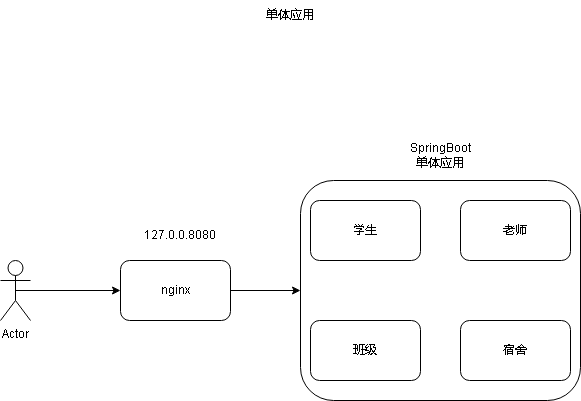
Earlier version of the draw.io export SpringBoot单体应用.png (Strenuitas/shortlink). Source tidied: cells renumbered, new cells last; positions are measured from the earlier drawing's top-left corner, leaving out a move shared by most shapes. Its diagram source:
```xml
<mxGraphModel>
  <root>
    <mxCell id="0" />
    <mxCell id="1" parent="0" />
    <mxCell id="2" style="edgeStyle=orthogonalEdgeStyle;rounded=0;jettySize=auto;html=1;exitX=0.5;exitY=0.5;exitDx=0;exitDy=0;exitPerimeter=0;" parent="1" edge="1" source="3">
      <mxGeometry relative="1" as="geometry">
        <mxPoint x="120" y="290" as="targetPoint" />
      </mxGeometry>
    </mxCell>
    <mxCell id="3" value="Actor" style="shape=umlActor;verticalLabelPosition=bottom;verticalAlign=top;html=1;outlineConnect=0;" parent="1" vertex="1">
      <mxGeometry y="260" width="30" height="60" as="geometry" />
    </mxCell>
    <mxCell id="4" style="edgeStyle=orthogonalEdgeStyle;rounded=0;jettySize=auto;html=1;" parent="1" edge="1" source="5" target="7">
      <mxGeometry relative="1" as="geometry" />
    </mxCell>
    <mxCell id="5" value="&lt;div&gt;&lt;span style=&quot;background-color: transparent; color: light-dark(rgb(0, 0, 0), rgb(255, 255, 255));&quot;&gt;nginx&lt;/span&gt;&lt;/div&gt;" style="rounded=1;whiteSpace=wrap;html=1;" parent="1" vertex="1">
      <mxGeometry x="120" y="260" width="110" height="60" as="geometry" />
    </mxCell>
    <mxCell id="6" value="127.0.0.8080" style="text;html=1;whiteSpace=wrap;strokeColor=none;fillColor=none;align=center;verticalAlign=middle;rounded=0;" parent="1" vertex="1">
      <mxGeometry x="150" y="220" width="60" height="30" as="geometry" />
    </mxCell>
    <mxCell id="7" style="rounded=1;whiteSpace=wrap;html=1;" parent="1" vertex="1">
      <mxGeometry x="300" y="180" width="280" height="220" as="geometry" />
    </mxCell>
    <mxCell id="8" value="&lt;div&gt;&lt;span style=&quot;background-color: transparent; color: light-dark(rgb(0, 0, 0), rgb(255, 255, 255));&quot;&gt;学生&lt;/span&gt;&lt;/div&gt;" style="rounded=1;whiteSpace=wrap;html=1;" parent="1" vertex="1">
      <mxGeometry x="310" y="200" width="110" height="60" as="geometry" />
    </mxCell>
    <mxCell id="9" value="&lt;div&gt;&lt;span style=&quot;background-color: transparent; color: light-dark(rgb(0, 0, 0), rgb(255, 255, 255));&quot;&gt;老师&lt;/span&gt;&lt;/div&gt;" style="rounded=1;whiteSpace=wrap;html=1;" parent="1" vertex="1">
      <mxGeometry x="460" y="200" width="110" height="60" as="geometry" />
    </mxCell>
    <mxCell id="10" value="&lt;div&gt;&lt;span style=&quot;background-color: transparent; color: light-dark(rgb(0, 0, 0), rgb(255, 255, 255));&quot;&gt;班级&lt;/span&gt;&lt;/div&gt;" style="rounded=1;whiteSpace=wrap;html=1;" parent="1" vertex="1">
      <mxGeometry x="310" y="320" width="110" height="60" as="geometry" />
    </mxCell>
    <mxCell id="11" value="&lt;div&gt;&lt;span style=&quot;background-color: transparent; color: light-dark(rgb(0, 0, 0), rgb(255, 255, 255));&quot;&gt;宿舍&lt;/span&gt;&lt;/div&gt;" style="rounded=1;whiteSpace=wrap;html=1;" parent="1" vertex="1">
      <mxGeometry x="460" y="320" width="110" height="60" as="geometry" />
    </mxCell>
    <mxCell id="12" value="SpringBoot单体应用" style="text;html=1;whiteSpace=wrap;strokeColor=none;fillColor=none;align=center;verticalAlign=middle;rounded=0;" parent="1" vertex="1">
      <mxGeometry x="410" y="140" width="60" height="30" as="geometry" />
    </mxCell>
    <mxCell id="13" value="单体应用" style="text;html=1;whiteSpace=wrap;strokeColor=none;fillColor=none;align=center;verticalAlign=middle;rounded=0;" parent="1" vertex="1">
      <mxGeometry x="120" width="340" height="30" as="geometry" />
    </mxCell>
  </root>
</mxGraphModel>
```
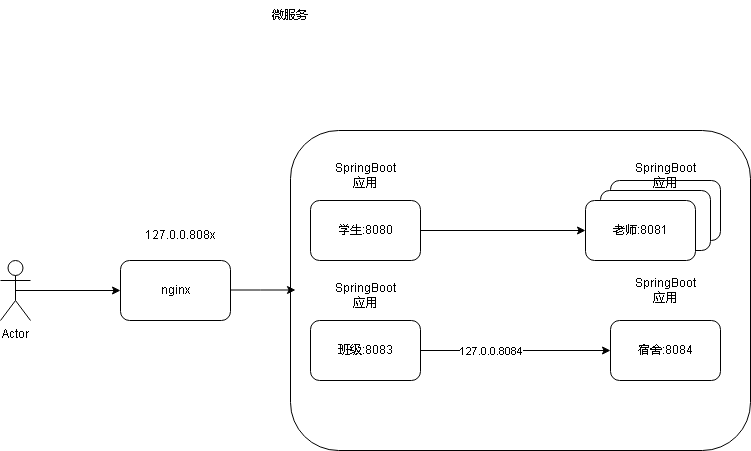
The same file after the commit.

Commit message:
微服务架构.png

What changed in the source:
```diff
@@ -2,6 +2,12 @@
   <root>
     <mxCell id="0" />
     <mxCell id="1" parent="0" />
+    <mxCell id="14" value="&lt;div&gt;&lt;span style=&quot;background-color: transparent; color: light-dark(rgb(0, 0, 0), rgb(255, 255, 255));&quot;&gt;老师:8081&lt;/span&gt;&lt;/div&gt;" style="rounded=1;whiteSpace=wrap;html=1;" parent="1" vertex="1">
+      <mxGeometry x="590" y="180" width="110" height="60" as="geometry" />
+    </mxCell>
+    <mxCell id="15" style="rounded=1;whiteSpace=wrap;html=1;" parent="1" vertex="1">
+      <mxGeometry x="290" y="130" width="460" height="320" as="geometry" />
+    </mxCell>
     <mxCell id="2" style="edgeStyle=orthogonalEdgeStyle;rounded=0;jettySize=auto;html=1;exitX=0.5;exitY=0.5;exitDx=0;exitDy=0;exitPerimeter=0;" parent="1" edge="1" source="3">
       <mxGeometry relative="1" as="geometry">
         <mxPoint x="120" y="290" as="targetPoint" />
@@ -10,35 +16,63 @@
     <mxCell id="3" value="Actor" style="shape=umlActor;verticalLabelPosition=bottom;verticalAlign=top;html=1;outlineConnect=0;" parent="1" vertex="1">
       <mxGeometry y="260" width="30" height="60" as="geometry" />
     </mxCell>
-    <mxCell id="4" style="edgeStyle=orthogonalEdgeStyle;rounded=0;jettySize=auto;html=1;" parent="1" edge="1" source="5" target="7">
-      <mxGeometry relative="1" as="geometry" />
-    </mxCell>
+    <mxCell id="16" style="edgeStyle=orthogonalEdgeStyle;rounded=0;orthogonalLoop=1;jettySize=auto;html=1;" parent="1" edge="1">
+      <mxGeometry relative="1" as="geometry">
+        <mxPoint x="190" y="289.5" as="sourcePoint" />
+        <mxPoint x="295" y="289.5" as="targetPoint" />
+        <Array as="points">
+          <mxPoint x="260" y="289.5" />
+          <mxPoint x="260" y="289.5" />
+        </Array>
+      </mxGeometry>
+    </mxCell>
     <mxCell id="5" value="&lt;div&gt;&lt;span style=&quot;background-color: transparent; color: light-dark(rgb(0, 0, 0), rgb(255, 255, 255));&quot;&gt;nginx&lt;/span&gt;&lt;/div&gt;" style="rounded=1;whiteSpace=wrap;html=1;" parent="1" vertex="1">
       <mxGeometry x="120" y="260" width="110" height="60" as="geometry" />
     </mxCell>
-    <mxCell id="6" value="127.0.0.8080" style="text;html=1;whiteSpace=wrap;strokeColor=none;fillColor=none;align=center;verticalAlign=middle;rounded=0;" parent="1" vertex="1">
+    <mxCell id="6" value="127.0.0.808x" style="text;html=1;whiteSpace=wrap;strokeColor=none;fillColor=none;align=center;verticalAlign=middle;rounded=0;" parent="1" vertex="1">
       <mxGeometry x="150" y="220" width="60" height="30" as="geometry" />
     </mxCell>
-    <mxCell id="7" style="rounded=1;whiteSpace=wrap;html=1;" parent="1" vertex="1">
-      <mxGeometry x="300" y="180" width="280" height="220" as="geometry" />
-    </mxCell>
+    <mxCell id="17" style="edgeStyle=orthogonalEdgeStyle;rounded=0;jettySize=auto;html=1;exitX=1;exitY=0.5;exitDx=0;exitDy=0;entryX=0;entryY=0.5;entryDx=0;entryDy=0;" parent="1" edge="1" source="8" target="21">
+      <mxGeometry relative="1" as="geometry" />
+    </mxCell>
-    <mxCell id="8" value="&lt;div&gt;&lt;span style=&quot;background-color: transparent; color: light-dark(rgb(0, 0, 0), rgb(255, 255, 255));&quot;&gt;学生&lt;/span&gt;&lt;/div&gt;" style="rounded=1;whiteSpace=wrap;html=1;" parent="1" vertex="1">
+    <mxCell id="8" value="&lt;div&gt;&lt;span style=&quot;background-color: transparent; color: light-dark(rgb(0, 0, 0), rgb(255, 255, 255));&quot;&gt;学生:8080&lt;/span&gt;&lt;/div&gt;" style="rounded=1;whiteSpace=wrap;html=1;" parent="1" vertex="1">
       <mxGeometry x="310" y="200" width="110" height="60" as="geometry" />
     </mxCell>
+    <mxCell id="18" value="&lt;div&gt;&lt;span style=&quot;background-color: transparent; color: light-dark(rgb(0, 0, 0), rgb(255, 255, 255));&quot;&gt;老师:8081&lt;/span&gt;&lt;/div&gt;" style="rounded=1;whiteSpace=wrap;html=1;" parent="1" vertex="1">
+      <mxGeometry x="610" y="180" width="110" height="60" as="geometry" />
+    </mxCell>
-    <mxCell id="9" value="&lt;div&gt;&lt;span style=&quot;background-color: transparent; color: light-dark(rgb(0, 0, 0), rgb(255, 255, 255));&quot;&gt;老师&lt;/span&gt;&lt;/div&gt;" style="rounded=1;whiteSpace=wrap;html=1;" parent="1" vertex="1">
-      <mxGeometry x="460" y="200" width="110" height="60" as="geometry" />
+    <mxCell id="9" value="&lt;div&gt;&lt;span style=&quot;background-color: transparent; color: light-dark(rgb(0, 0, 0), rgb(255, 255, 255));&quot;&gt;老师:8081&lt;/span&gt;&lt;/div&gt;" style="rounded=1;whiteSpace=wrap;html=1;" parent="1" vertex="1">
+      <mxGeometry x="600" y="190" width="110" height="60" as="geometry" />
     </mxCell>
+    <mxCell id="19" style="edgeStyle=orthogonalEdgeStyle;rounded=0;jettySize=auto;html=1;exitX=1;exitY=0.5;exitDx=0;exitDy=0;entryX=0;entryY=0.5;entryDx=0;entryDy=0;" parent="1" edge="1" source="10" target="11">
+      <mxGeometry relative="1" as="geometry" />
+    </mxCell>
+    <mxCell id="20" value="127.0.0.8084" style="edgeLabel;html=1;align=center;verticalAlign=middle;" parent="19" vertex="1">
+      <mxGeometry x="-0.26" relative="1" as="geometry" />
+    </mxCell>
-    <mxCell id="10" value="&lt;div&gt;&lt;span style=&quot;background-color: transparent; color: light-dark(rgb(0, 0, 0), rgb(255, 255, 255));&quot;&gt;班级&lt;/span&gt;&lt;/div&gt;" style="rounded=1;whiteSpace=wrap;html=1;" parent="1" vertex="1">
+    <mxCell id="10" value="&lt;div&gt;&lt;span style=&quot;background-color: transparent; color: light-dark(rgb(0, 0, 0), rgb(255, 255, 255));&quot;&gt;班级:8083&lt;/span&gt;&lt;/div&gt;" style="rounded=1;whiteSpace=wrap;html=1;" parent="1" vertex="1">
       <mxGeometry x="310" y="320" width="110" height="60" as="geometry" />
     </mxCell>
-    <mxCell id="11" value="&lt;div&gt;&lt;span style=&quot;background-color: transparent; color: light-dark(rgb(0, 0, 0), rgb(255, 255, 255));&quot;&gt;宿舍&lt;/span&gt;&lt;/div&gt;" style="rounded=1;whiteSpace=wrap;html=1;" parent="1" vertex="1">
-      <mxGeometry x="460" y="320" width="110" height="60" as="geometry" />
+    <mxCell id="11" value="&lt;div&gt;&lt;span style=&quot;background-color: transparent; color: light-dark(rgb(0, 0, 0), rgb(255, 255, 255));&quot;&gt;宿舍:8084&lt;/span&gt;&lt;/div&gt;" style="rounded=1;whiteSpace=wrap;html=1;" parent="1" vertex="1">
+      <mxGeometry x="610" y="320" width="110" height="60" as="geometry" />
     </mxCell>
-    <mxCell id="12" value="SpringBoot单体应用" style="text;html=1;whiteSpace=wrap;strokeColor=none;fillColor=none;align=center;verticalAlign=middle;rounded=0;" parent="1" vertex="1">
-      <mxGeometry x="410" y="140" width="60" height="30" as="geometry" />
+    <mxCell id="12" value="SpringBoot应用" style="text;html=1;whiteSpace=wrap;strokeColor=none;fillColor=none;align=center;verticalAlign=middle;rounded=0;" parent="1" vertex="1">
+      <mxGeometry x="335" y="160" width="60" height="30" as="geometry" />
     </mxCell>
+    <mxCell id="21" value="&lt;div&gt;&lt;span style=&quot;background-color: transparent; color: light-dark(rgb(0, 0, 0), rgb(255, 255, 255));&quot;&gt;老师:8081&lt;/span&gt;&lt;/div&gt;" style="rounded=1;whiteSpace=wrap;html=1;" parent="1" vertex="1">
+      <mxGeometry x="585" y="200" width="110" height="60" as="geometry" />
+    </mxCell>
-    <mxCell id="13" value="单体应用" style="text;html=1;whiteSpace=wrap;strokeColor=none;fillColor=none;align=center;verticalAlign=middle;rounded=0;" parent="1" vertex="1">
+    <mxCell id="13" value="微服务" style="text;html=1;whiteSpace=wrap;strokeColor=none;fillColor=none;align=center;verticalAlign=middle;rounded=0;" parent="1" vertex="1">
       <mxGeometry x="120" width="340" height="30" as="geometry" />
     </mxCell>
+    <mxCell id="22" value="SpringBoot应用" style="text;html=1;whiteSpace=wrap;strokeColor=none;fillColor=none;align=center;verticalAlign=middle;rounded=0;" parent="1" vertex="1">
+      <mxGeometry x="635" y="160" width="60" height="30" as="geometry" />
+    </mxCell>
+    <mxCell id="23" value="SpringBoot应用" style="text;html=1;whiteSpace=wrap;strokeColor=none;fillColor=none;align=center;verticalAlign=middle;rounded=0;" parent="1" vertex="1">
+      <mxGeometry x="335" y="280" width="60" height="30" as="geometry" />
+    </mxCell>
+    <mxCell id="24" value="SpringBoot应用" style="text;html=1;whiteSpace=wrap;strokeColor=none;fillColor=none;align=center;verticalAlign=middle;rounded=0;" parent="1" vertex="1">
+      <mxGeometry x="635" y="275" width="60" height="30" as="geometry" />
+    </mxCell>
   </root>
 </mxGraphModel>
```
